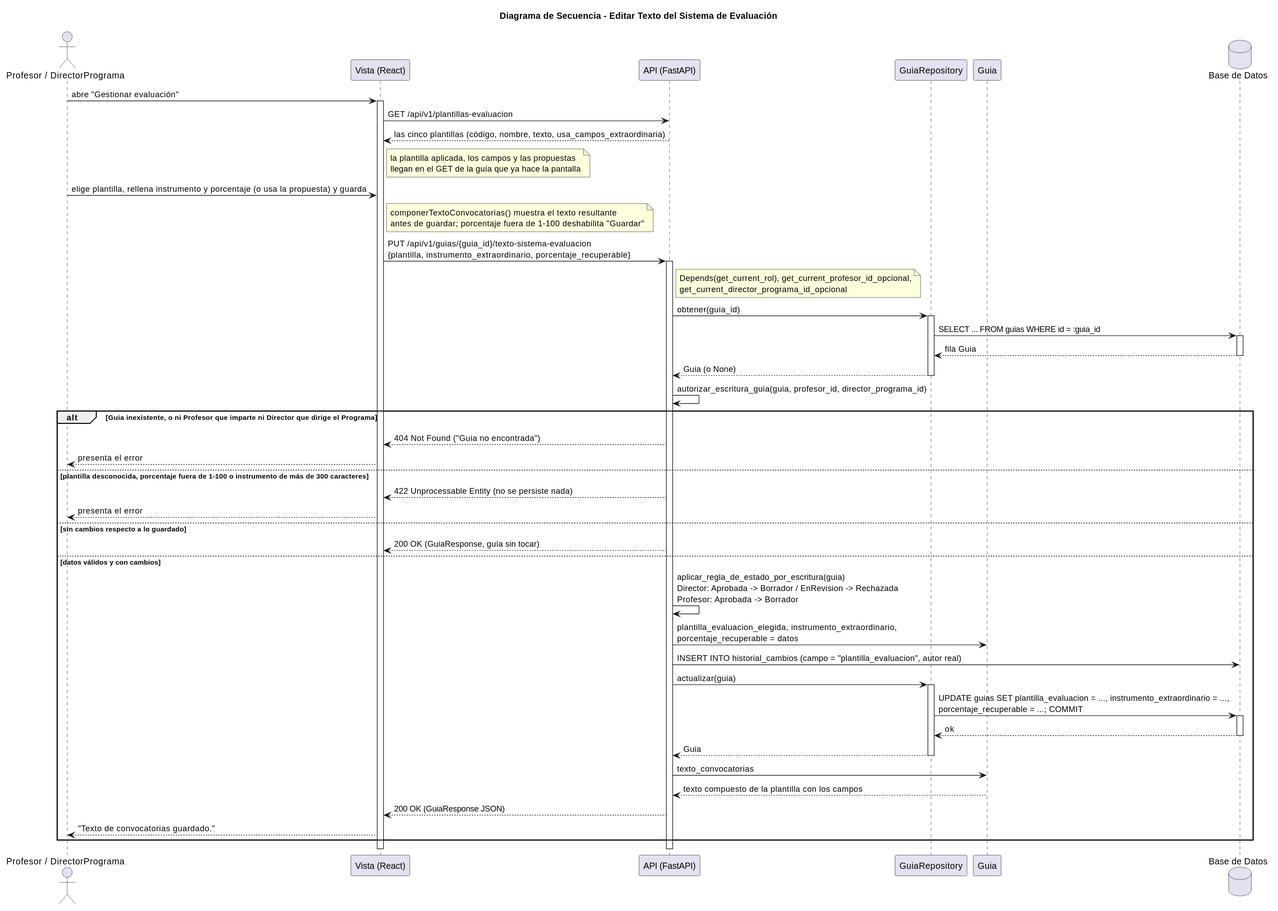
mmasias/pyCeldaPublico keeps this PlantUML diagram as images/RUP/03-diseño/casos-uso/editarTextoSistemaEvaluacion/secuencia.svg. Above is the earlier version.
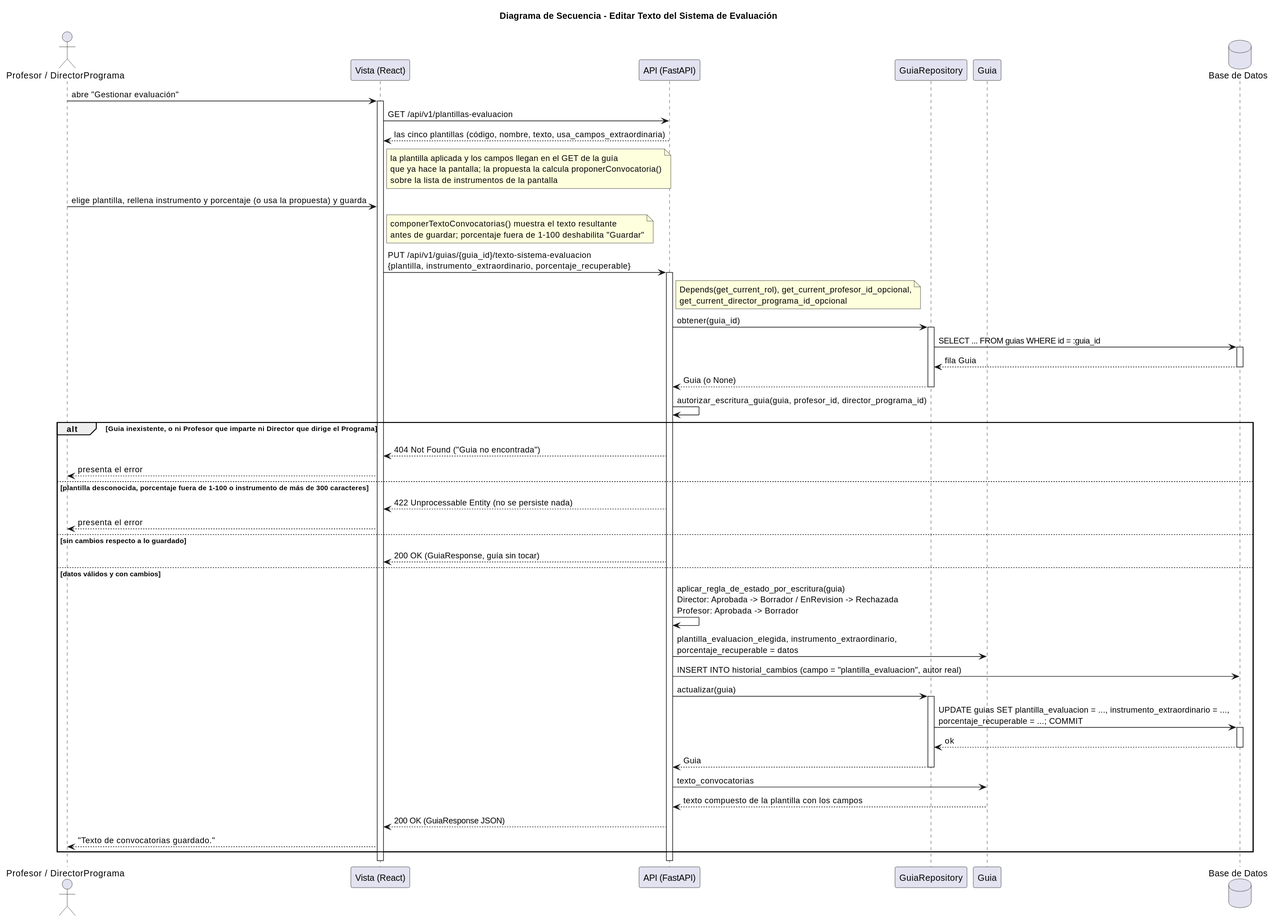
The same file after the commit.

Change to the diagram source:
```diff
@@ -12,7 +12,7 @@
 activate Vista
 Vista -> API: GET /api/v1/plantillas-evaluacion
 API --> Vista: las cinco plantillas (código, nombre, texto, usa_campos_extraordinaria)
-note right of Vista: la plantilla aplicada, los campos y las propuestas\nllegan en el GET de la guía que ya hace la pantalla
+note right of Vista: la plantilla aplicada y los campos llegan en el GET de la guía\nque ya hace la pantalla; la propuesta la calcula proponerConvocatoria()\nsobre la lista de instrumentos de la pantalla
 Profesor -> Vista: elige plantilla, rellena instrumento y porcentaje (o usa la propuesta) y guarda
 note right of Vista: componerTextoConvocatorias() muestra el texto resultante\nantes de guardar; porcentaje fuera de 1-100 deshabilita "Guardar"
 Vista -> API: PUT /api/v1/guias/{guia_id}/texto-sistema-evaluacion\n{plantilla, instrumento_extraordinario, porcentaje_recuperable}
```
